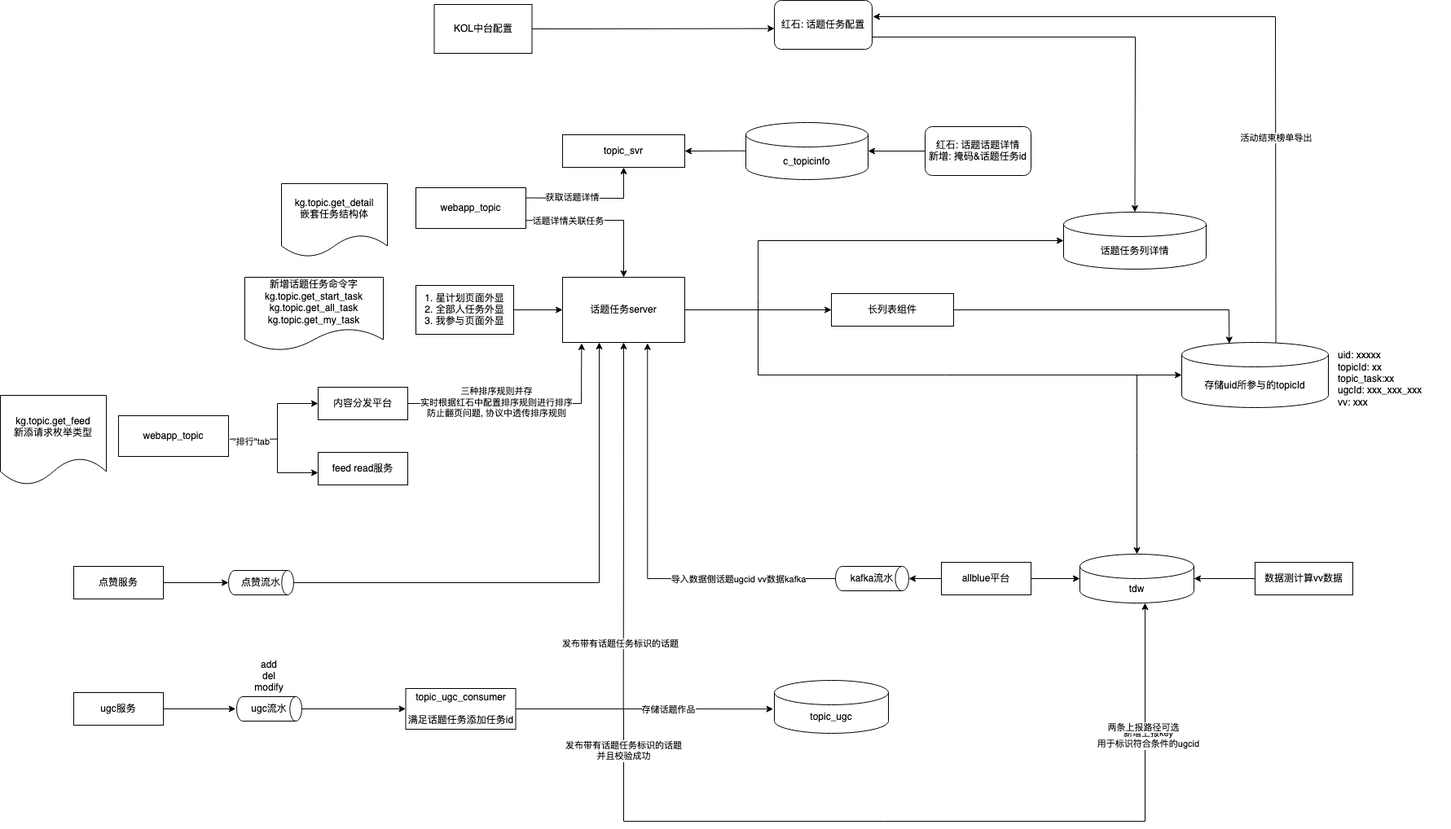
This is 话题任务.png from wu0hgl/note_pic, a draw.io export, as it was before one commit. Source tidied: cells renumbered, new cells last; positions are measured from the earlier drawing's top-left corner, leaving out a move shared by most shapes.
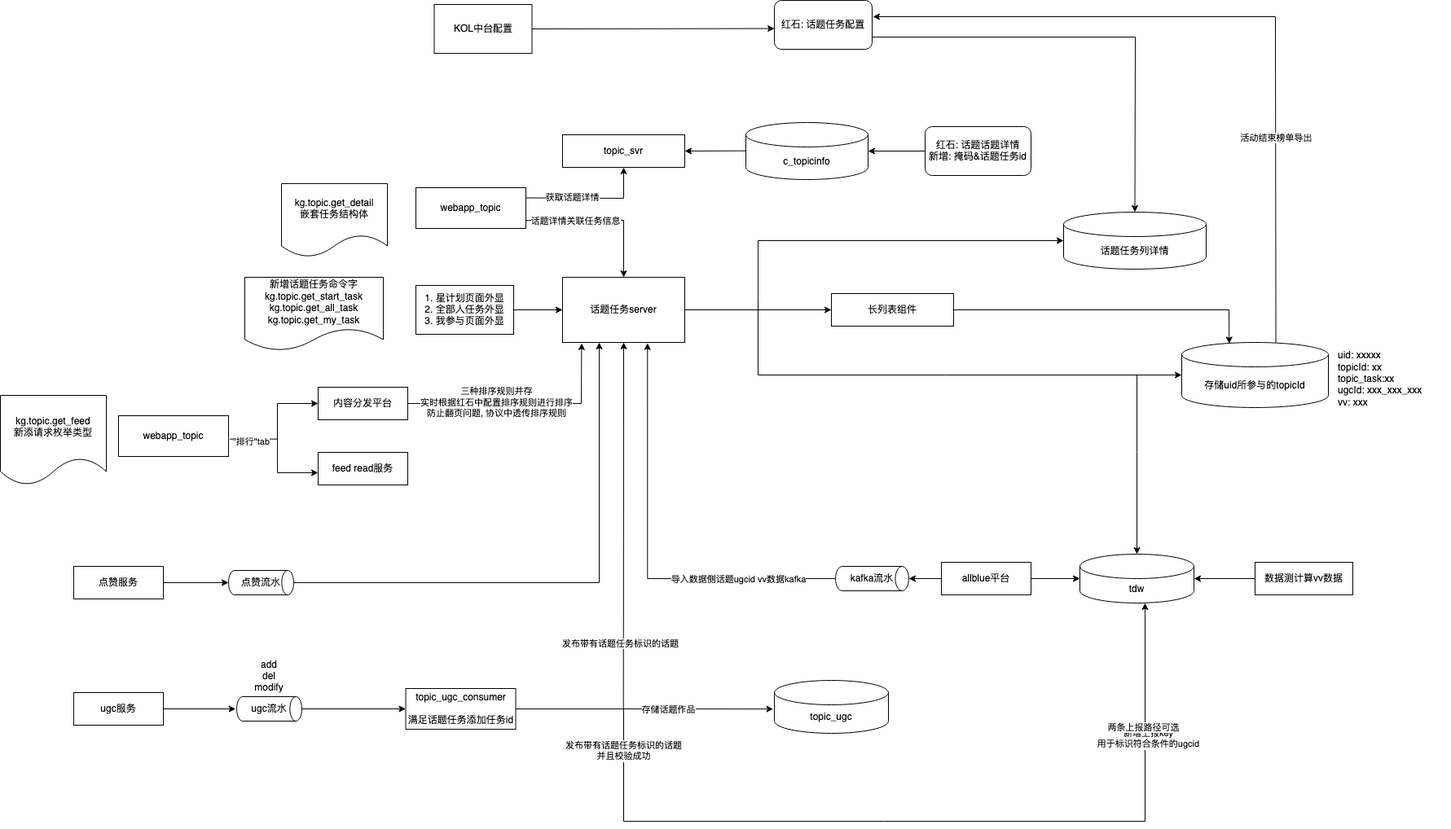
Later version of the same file.

Commit message:
更新话题任务.png

The edit, as a diff of the source:
```diff
@@ -160,9 +160,9 @@
         </Array>
       </mxGeometry>
     </mxCell>
-    <mxCell id="42" value="话题详情关联任务" style="edgeLabel;html=1;align=center;verticalAlign=middle;" parent="41" vertex="1">
+    <mxCell id="42" value="话题详情关联任务信息" style="edgeLabel;html=1;align=center;verticalAlign=middle;" parent="41" vertex="1">
       <mxGeometry x="-0.64" y="1" relative="1" as="geometry">
-        <mxPoint x="17.1" y="0.9" as="offset" />
+        <mxPoint x="25.9" y="0.9" as="offset" />
       </mxGeometry>
     </mxCell>
     <mxCell id="43" style="endArrow=classic;html=1;exitX=1;exitY=0.5;exitDx=0;exitDy=0;entryX=0;entryY=0.5;entryDx=0;entryDy=0;" parent="1" edge="1" source="6" target="4">
```
